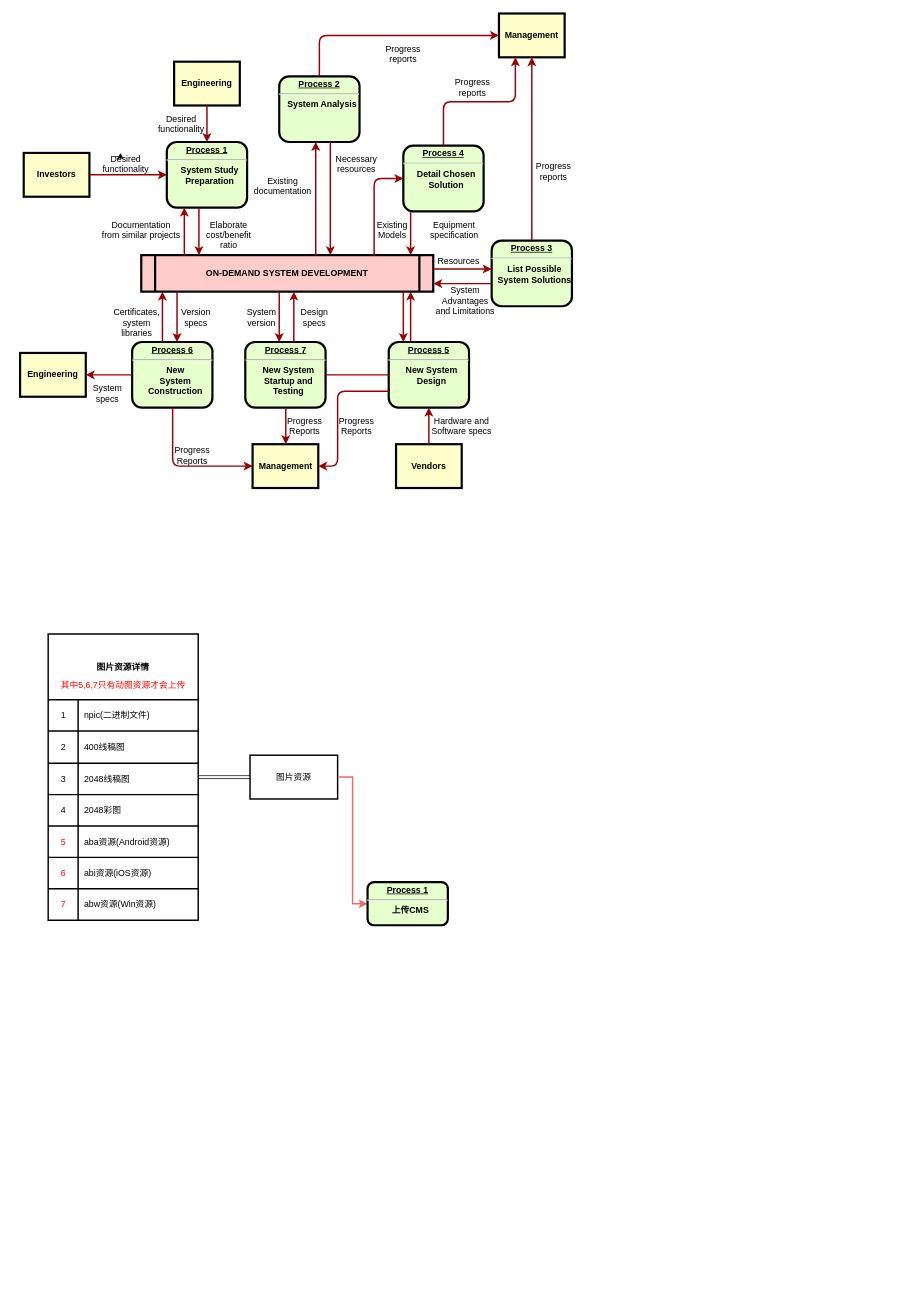
The draw.io diagram cms-cf.drawio in zhoushiyurop/work-dd, before the edit. Source tidied: cells renumbered, new cells numbered last; positions are measured from the earlier drawing's top-left corner, leaving out a move shared by most shapes. Both pictures are drawn from the tidied source at 73%, with x=0, y=0 at pixel (20, 13).
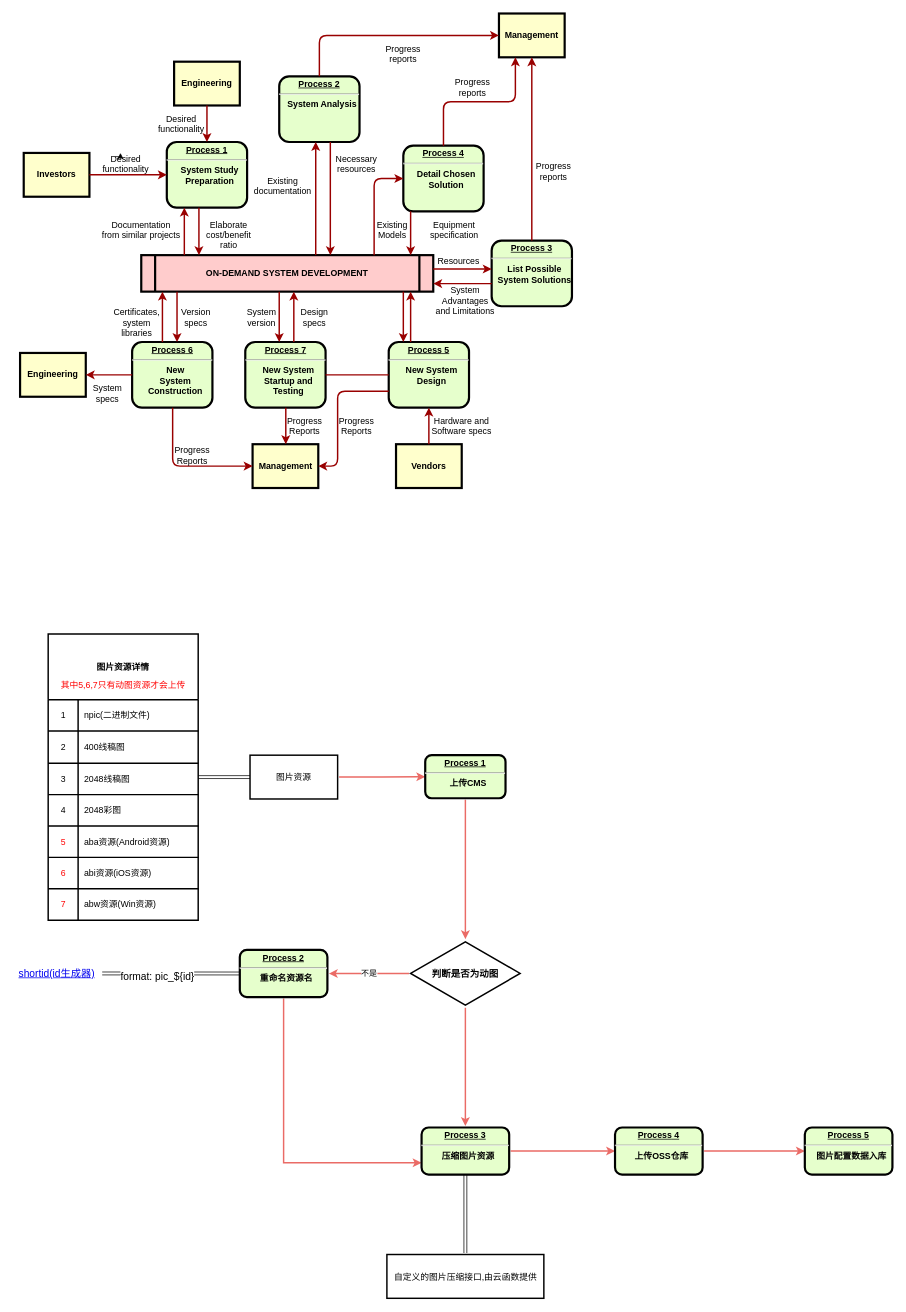
Above is the later version.

Diff of the diagram source:
```diff
@@
+    <mxCell id="91" style="edgeStyle=orthogonalEdgeStyle;rounded=0;jettySize=auto;html=1;fontColor=#FF0000;sourcePerimeterSpacing=2;targetPerimeterSpacing=2;strokeColor=#EA6B66;strokeWidth=2;" parent="1" edge="1" source="90" target="94">
+      <mxGeometry relative="1" as="geometry" />
+    </mxCell>
     <mxCell id="90" value="&lt;p style=&quot;margin: 0px; margin-top: 4px; text-align: center; text-decoration: underline;&quot;&gt;&lt;strong&gt;&lt;strong&gt;Process&lt;/strong&gt; 1&lt;br&gt;&lt;/strong&gt;&lt;/p&gt;&lt;hr&gt;&lt;p style=&quot;margin: 0px; margin-left: 8px;&quot;&gt;上传CMS&lt;/p&gt;" style="verticalAlign=middle;align=center;overflow=fill;fontSize=12;fontFamily=Helvetica;html=1;rounded=1;fontStyle=1;strokeWidth=3;fillColor=#E6FFCC;" parent="1" vertex="1">
-      <mxGeometry x="476" y="1190" width="110" height="59" as="geometry" />
+      <mxGeometry x="555" y="1016" width="110" height="59" as="geometry" />
     </mxCell>
+    <mxCell id="92" value="不是" style="edgeStyle=orthogonalEdgeStyle;rounded=0;jettySize=auto;html=1;fontColor=#000000;sourcePerimeterSpacing=2;targetPerimeterSpacing=2;strokeColor=#EA6B66;strokeWidth=2;" parent="1" edge="1" source="94" target="96">
+      <mxGeometry relative="1" as="geometry" />
+    </mxCell>
+    <mxCell id="93" style="edgeStyle=orthogonalEdgeStyle;rounded=0;jettySize=auto;html=1;fontSize=14;fontColor=#000000;sourcePerimeterSpacing=2;targetPerimeterSpacing=2;strokeColor=#EA6B66;strokeWidth=2;" parent="1" edge="1" source="94" target="101">
+      <mxGeometry relative="1" as="geometry" />
+    </mxCell>
+    <mxCell id="94" value="&lt;font size=&quot;1&quot; color=&quot;#000000&quot;&gt;&lt;b style=&quot;font-size: 13px;&quot;&gt;判断是否为动图&lt;/b&gt;&lt;/font&gt;" style="html=1;whiteSpace=wrap;shape=isoRectangle;fontColor=#FF0000;strokeWidth=2;" parent="1" vertex="1">
+      <mxGeometry x="535" y="1270" width="150" height="90" as="geometry" />
+    </mxCell>
+    <mxCell id="95" style="edgeStyle=orthogonalEdgeStyle;rounded=0;jettySize=auto;html=1;entryX=0;entryY=0.75;entryDx=0;entryDy=0;fontSize=14;fontColor=#000000;sourcePerimeterSpacing=2;targetPerimeterSpacing=2;strokeColor=#EA6B66;strokeWidth=2;" parent="1" edge="1" source="96" target="101">
+      <mxGeometry relative="1" as="geometry">
+        <Array as="points">
+          <mxPoint x="361" y="1574" />
+        </Array>
+      </mxGeometry>
+    </mxCell>
+    <mxCell id="96" value="&lt;p style=&quot;margin: 0px; margin-top: 4px; text-align: center; text-decoration: underline;&quot;&gt;&lt;strong&gt;&lt;strong&gt;Process&lt;/strong&gt;&amp;nbsp;2&lt;br&gt;&lt;/strong&gt;&lt;/p&gt;&lt;hr&gt;&lt;p style=&quot;margin: 0px; margin-left: 8px;&quot;&gt;重命名资源名&lt;/p&gt;&lt;p style=&quot;margin: 0px; margin-left: 8px;&quot;&gt;&lt;br&gt;&lt;/p&gt;" style="verticalAlign=middle;align=center;overflow=fill;fontSize=12;fontFamily=Helvetica;html=1;rounded=1;fontStyle=1;strokeWidth=3;fillColor=#E6FFCC;" parent="1" vertex="1">
+      <mxGeometry x="301" y="1282.8" width="120" height="64.5" as="geometry" />
+    </mxCell>
+    <mxCell id="97" style="edgeStyle=orthogonalEdgeStyle;rounded=0;jettySize=auto;html=1;entryX=0;entryY=0.5;entryDx=0;entryDy=0;fontSize=14;fontColor=#000000;sourcePerimeterSpacing=2;targetPerimeterSpacing=2;strokeColor=#000000;strokeWidth=1;shape=link;" parent="1" edge="1" source="99" target="96">
+      <mxGeometry relative="1" as="geometry" />
+    </mxCell>
+    <mxCell id="98" value="format: pic_${id}" style="edgeLabel;html=1;align=center;verticalAlign=middle;fontSize=14;fontColor=#000000;" parent="97" vertex="1">
+      <mxGeometry x="-0.2" y="-3" relative="1" as="geometry">
+        <mxPoint y="1" as="offset" />
+      </mxGeometry>
+    </mxCell>
+    <mxCell id="99" value="&lt;font style=&quot;font-size: 14px;&quot;&gt;shortid(id生成器)&lt;/font&gt;" style="text;html=1;strokeColor=none;fillColor=none;whiteSpace=wrap;align=center;verticalAlign=middle;fontColor=#0000EE;fontStyle=4;" parent="1" vertex="1">
+      <mxGeometry x="-10.5" y="1295" width="121" height="40" as="geometry" />
+    </mxCell>
+    <mxCell id="100" style="edgeStyle=orthogonalEdgeStyle;rounded=0;jettySize=auto;html=1;entryX=0;entryY=0.5;entryDx=0;entryDy=0;fontSize=14;fontColor=#000000;sourcePerimeterSpacing=2;targetPerimeterSpacing=2;strokeColor=#EA6B66;strokeWidth=2;" parent="1" edge="1" source="101" target="103">
+      <mxGeometry relative="1" as="geometry" />
+    </mxCell>
+    <mxCell id="101" value="&lt;p style=&quot;margin: 0px; margin-top: 4px; text-align: center; text-decoration: underline;&quot;&gt;&lt;strong&gt;&lt;strong&gt;Process&lt;/strong&gt;&amp;nbsp;3&lt;br&gt;&lt;/strong&gt;&lt;/p&gt;&lt;hr&gt;&lt;p style=&quot;margin: 0px; margin-left: 8px;&quot;&gt;压缩图片资源&lt;/p&gt;&lt;p style=&quot;margin: 0px; margin-left: 8px;&quot;&gt;&lt;br&gt;&lt;/p&gt;" style="verticalAlign=middle;align=center;overflow=fill;fontSize=12;fontFamily=Helvetica;html=1;rounded=1;fontStyle=1;strokeWidth=3;fillColor=#E6FFCC;" parent="1" vertex="1">
+      <mxGeometry x="550" y="1526" width="120" height="64.5" as="geometry" />
+    </mxCell>
+    <mxCell id="102" style="edgeStyle=orthogonalEdgeStyle;rounded=0;jettySize=auto;html=1;entryX=0;entryY=0.5;entryDx=0;entryDy=0;fontSize=14;fontColor=#000000;sourcePerimeterSpacing=2;targetPerimeterSpacing=2;strokeColor=#EA6B66;strokeWidth=2;" parent="1" edge="1" source="103" target="104">
+      <mxGeometry relative="1" as="geometry" />
+    </mxCell>
+    <mxCell id="103" value="&lt;p style=&quot;margin: 0px; margin-top: 4px; text-align: center; text-decoration: underline;&quot;&gt;&lt;strong&gt;&lt;strong&gt;Process&lt;/strong&gt;&amp;nbsp;4&lt;br&gt;&lt;/strong&gt;&lt;/p&gt;&lt;hr&gt;&lt;p style=&quot;margin: 0px; margin-left: 8px;&quot;&gt;上传OSS仓库&lt;/p&gt;&lt;p style=&quot;margin: 0px; margin-left: 8px;&quot;&gt;&lt;br&gt;&lt;/p&gt;" style="verticalAlign=middle;align=center;overflow=fill;fontSize=12;fontFamily=Helvetica;html=1;rounded=1;fontStyle=1;strokeWidth=3;fillColor=#E6FFCC;" parent="1" vertex="1">
+      <mxGeometry x="815" y="1526" width="120" height="64.5" as="geometry" />
+    </mxCell>
+    <mxCell id="104" value="&lt;p style=&quot;margin: 0px; margin-top: 4px; text-align: center; text-decoration: underline;&quot;&gt;&lt;strong&gt;&lt;strong&gt;Process&lt;/strong&gt;&amp;nbsp;5&lt;br&gt;&lt;/strong&gt;&lt;/p&gt;&lt;hr&gt;&lt;p style=&quot;margin: 0px; margin-left: 8px;&quot;&gt;图片配置数据入库&lt;/p&gt;&lt;p style=&quot;margin: 0px; margin-left: 8px;&quot;&gt;&lt;br&gt;&lt;/p&gt;" style="verticalAlign=middle;align=center;overflow=fill;fontSize=12;fontFamily=Helvetica;html=1;rounded=1;fontStyle=1;strokeWidth=3;fillColor=#E6FFCC;" parent="1" vertex="1">
+      <mxGeometry x="1075" y="1526" width="120" height="64.5" as="geometry" />
+    </mxCell>
+    <mxCell id="105" style="edgeStyle=orthogonalEdgeStyle;rounded=0;jettySize=auto;html=1;entryX=0.5;entryY=1;entryDx=0;entryDy=0;fontSize=14;fontColor=#000000;sourcePerimeterSpacing=2;targetPerimeterSpacing=2;strokeColor=#000000;strokeWidth=1;shape=link;" parent="1" edge="1" source="106" target="101">
+      <mxGeometry relative="1" as="geometry" />
+    </mxCell>
+    <mxCell id="106" value="&lt;font style=&quot;font-size: 12px;&quot;&gt;自定义的图片压缩接口,由云函数提供&lt;/font&gt;" style="rounded=0;whiteSpace=wrap;html=1;fontSize=14;fontColor=#000000;strokeWidth=2;" parent="1" vertex="1">
+      <mxGeometry x="502.5" y="1700" width="215" height="60" as="geometry" />
+    </mxCell>
```
